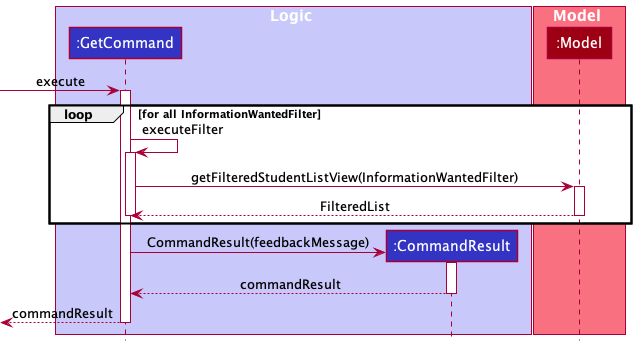
Before: docs/images/dg/logic/commands/getcommand/GetCommandSequenceDiagram.png, a diagram exported from PlantUML (nus-cs2103-AY2122S1/tp).
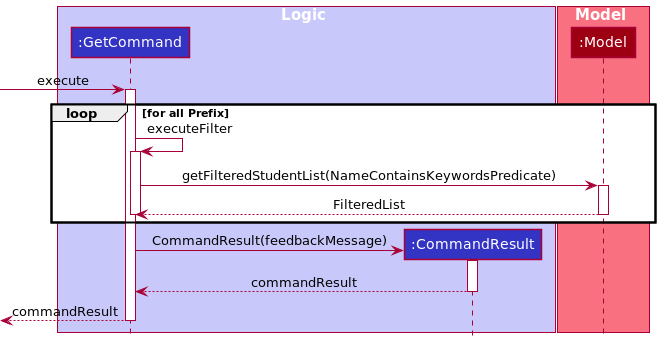
Later version of the same file.

What changed in the source:
```diff
@@ -11,9 +11,9 @@
 end box
 
 -> rc ++ :execute
-loop for all InformationWantedFilter
+loop for all Prefix
     rc -> rc ++ :executeFilter
-    rc -> mm ++  :getFilteredStudentListView(InformationWantedFilter)
+    rc -> mm ++  :getFilteredStudentList(NameContainsKeywordsPredicate)
     mm --> rc -- : FilteredList
     deactivate
 end
```
